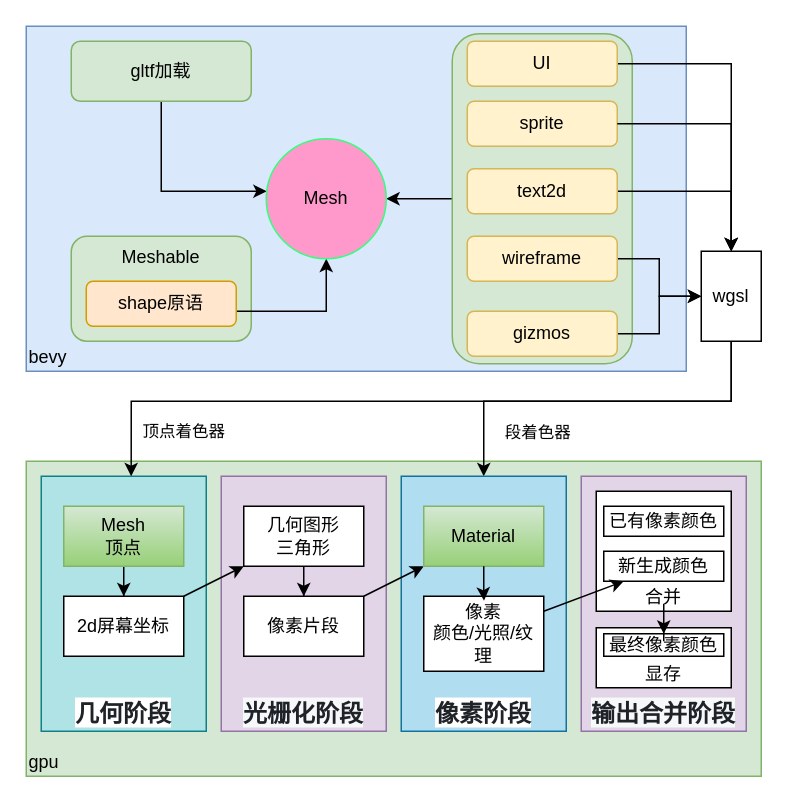
The draw.io diagram page "网格和材质的渲染" (1 of 4) of bevy-0.17.drawio in topkg/graph, before the edit. Source tidied: cells renumbered, new cells numbered last; positions are measured from the earlier drawing's top-left corner, leaving out a move shared by most shapes. Both pictures are drawn from the tidied source at 150%, with x=0, y=0 at pixel (26, 26).
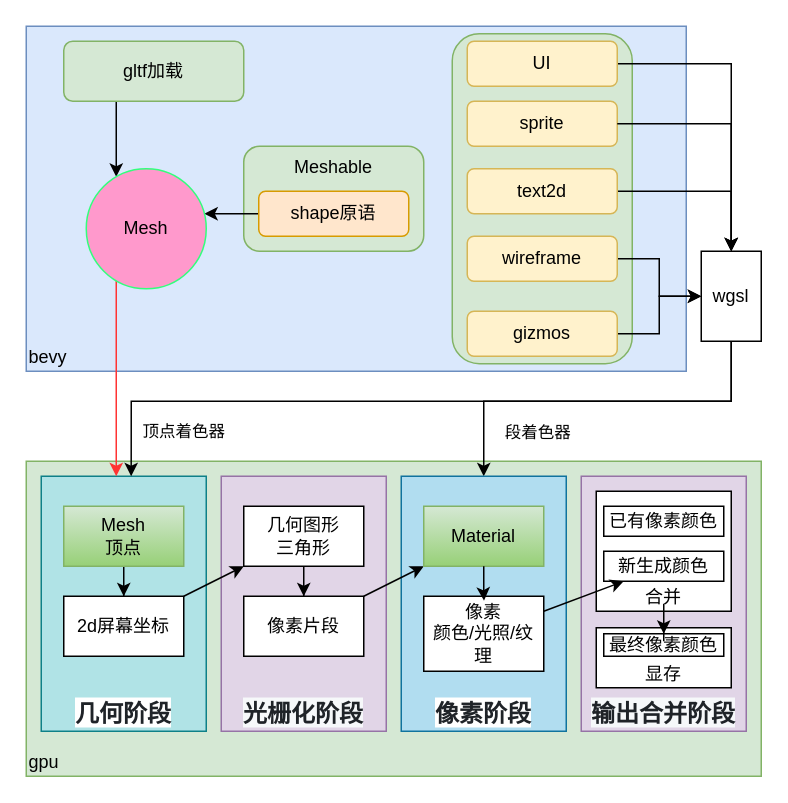
After the change.

The change refers to these unchanged cells:
```xml
<mxCell id="4" style="rounded=1;whiteSpace=wrap;html=1;fillColor=#d5e8d4;strokeColor=#82b366;" parent="1" vertex="1">
  <mxGeometry x="284" y="5" width="120" height="220" as="geometry" />
</mxCell>
<mxCell id="17" value="&lt;span style=&quot;box-sizing: border-box; font-weight: 600; margin-bottom: 0px; color: rgb(31, 35, 40); font-family: -apple-system, BlinkMacSystemFont, &amp;quot;Segoe UI&amp;quot;, &amp;quot;Noto Sans&amp;quot;, Helvetica, Arial, sans-serif, &amp;quot;Apple Color Emoji&amp;quot;, &amp;quot;Segoe UI Emoji&amp;quot;; font-size: 16px; text-align: -webkit-left; background-color: rgb(255, 255, 255);&quot;&gt;几何阶段&lt;/span&gt;" style="rounded=0;whiteSpace=wrap;html=1;verticalAlign=bottom;fillColor=#b0e3e6;strokeColor=#0e8088;" parent="1" vertex="1">
  <mxGeometry x="10" y="300" width="110" height="170" as="geometry" />
</mxCell>
```

Change to the diagram source:
```diff
@@
-    <mxCell id="3" style="edgeStyle=orthogonalEdgeStyle;rounded=0;jettySize=auto;html=1;" parent="1" edge="1" source="4" target="48">
-      <mxGeometry relative="1" as="geometry" />
-    </mxCell>
@@
     <mxCell id="11" value="Meshable" style="rounded=1;whiteSpace=wrap;html=1;verticalAlign=top;fillColor=#d5e8d4;strokeColor=#82b366;" parent="1" vertex="1">
-      <mxGeometry x="30" y="140" width="120" height="70" as="geometry" />
+      <mxGeometry x="145" y="80" width="120" height="70" as="geometry" />
     </mxCell>
     <mxCell id="12" style="edgeStyle=orthogonalEdgeStyle;rounded=0;jettySize=auto;html=1;" parent="1" edge="1" source="13" target="48">
       <mxGeometry relative="1" as="geometry">
         <Array as="points">
-          <mxPoint x="200" y="190" />
+          <mxPoint x="170" y="130" />
+          <mxPoint x="170" y="130" />
         </Array>
       </mxGeometry>
     </mxCell>
     <mxCell id="13" value="shape原语" style="rounded=1;whiteSpace=wrap;html=1;fillColor=#ffe6cc;strokeColor=#d79b00;" parent="1" vertex="1">
-      <mxGeometry x="40" y="170" width="100" height="30" as="geometry" />
+      <mxGeometry x="155" y="110" width="100" height="30" as="geometry" />
     </mxCell>
@@
     <mxCell id="46" style="edgeStyle=orthogonalEdgeStyle;rounded=0;jettySize=auto;html=1;" parent="1" edge="1" source="47" target="48">
       <mxGeometry relative="1" as="geometry">
         <Array as="points">
-          <mxPoint x="90" y="110" />
+          <mxPoint x="60" y="80" />
+          <mxPoint x="60" y="80" />
         </Array>
       </mxGeometry>
     </mxCell>
     <mxCell id="47" value="gltf加载" style="rounded=1;whiteSpace=wrap;html=1;fillColor=#d5e8d4;strokeColor=#82b366;" parent="1" vertex="1">
-      <mxGeometry x="30" y="10" width="120" height="40" as="geometry" />
+      <mxGeometry x="25" y="10" width="120" height="40" as="geometry" />
     </mxCell>
+    <mxCell id="49" style="edgeStyle=orthogonalEdgeStyle;rounded=0;jettySize=auto;html=1;strokeColor=#FF3333;" parent="1" edge="1" source="48" target="17">
+      <mxGeometry relative="1" as="geometry">
+        <Array as="points">
+          <mxPoint x="60" y="240" />
+          <mxPoint x="60" y="240" />
+        </Array>
+      </mxGeometry>
+    </mxCell>
     <mxCell id="48" value="Mesh" style="ellipse;whiteSpace=wrap;html=1;strokeColor=#33FF7C;fillColor=#FF99CC;" parent="1" vertex="1">
-      <mxGeometry x="160" y="75" width="80" height="80" as="geometry" />
+      <mxGeometry x="40" y="95" width="80" height="80" as="geometry" />
     </mxCell>
```
